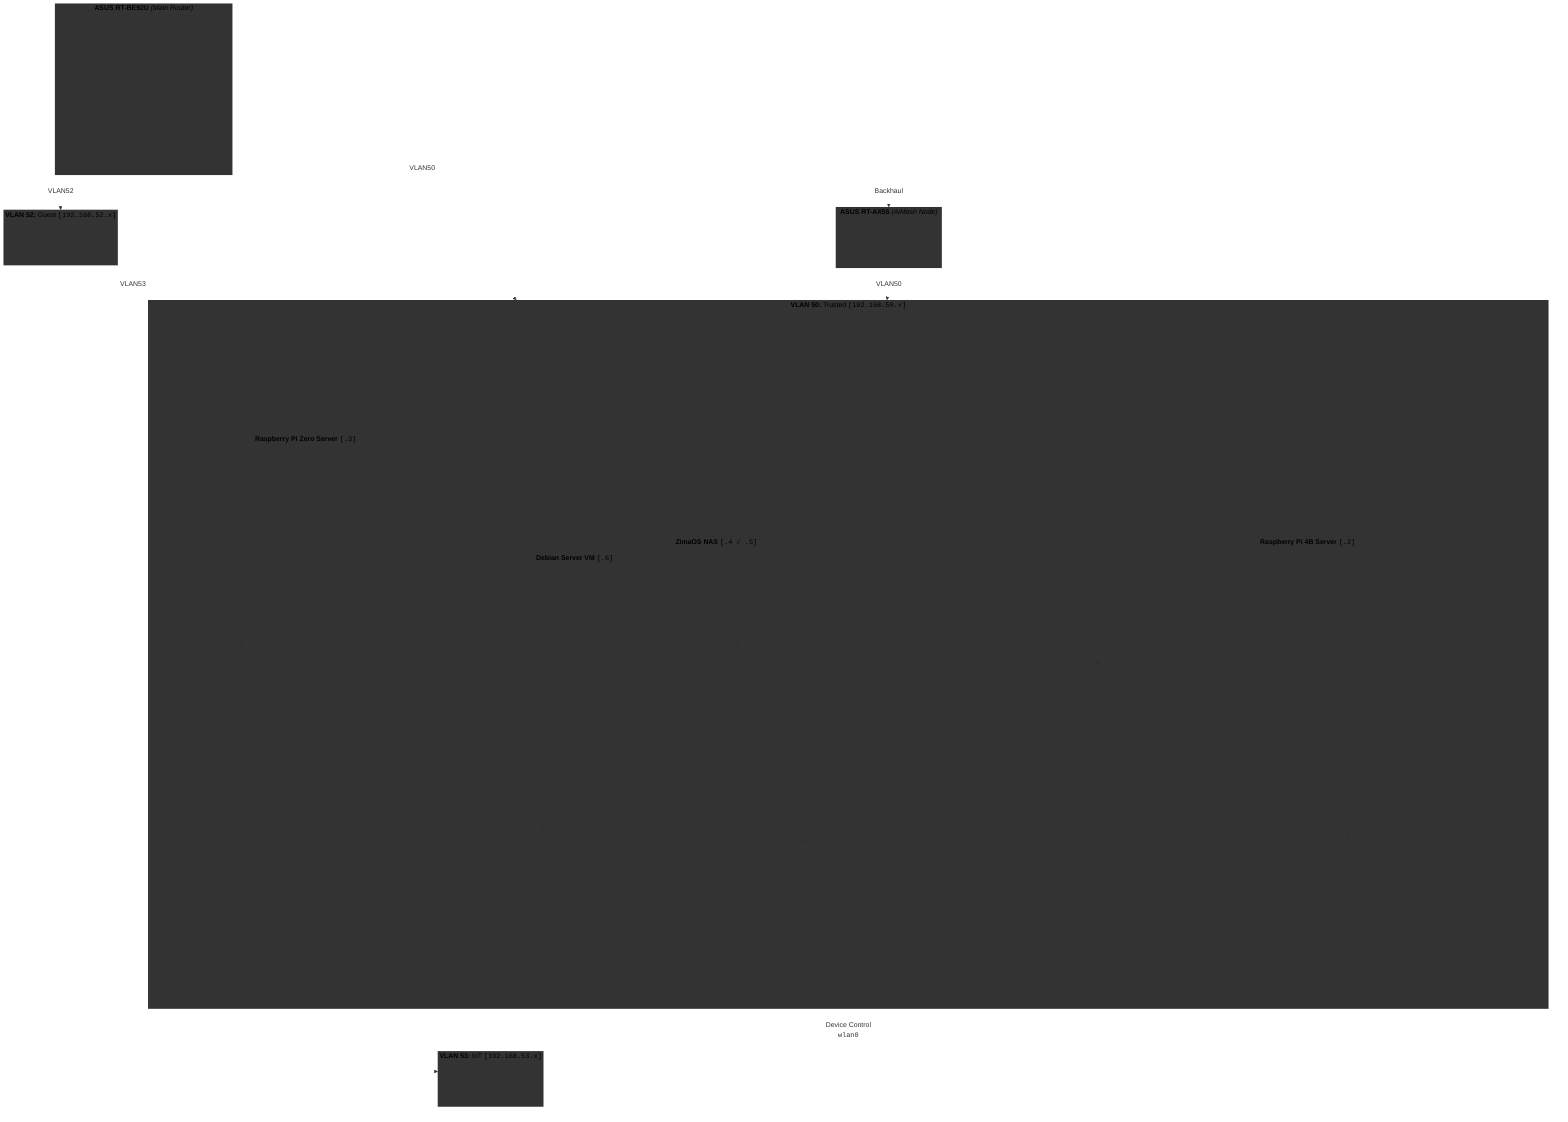
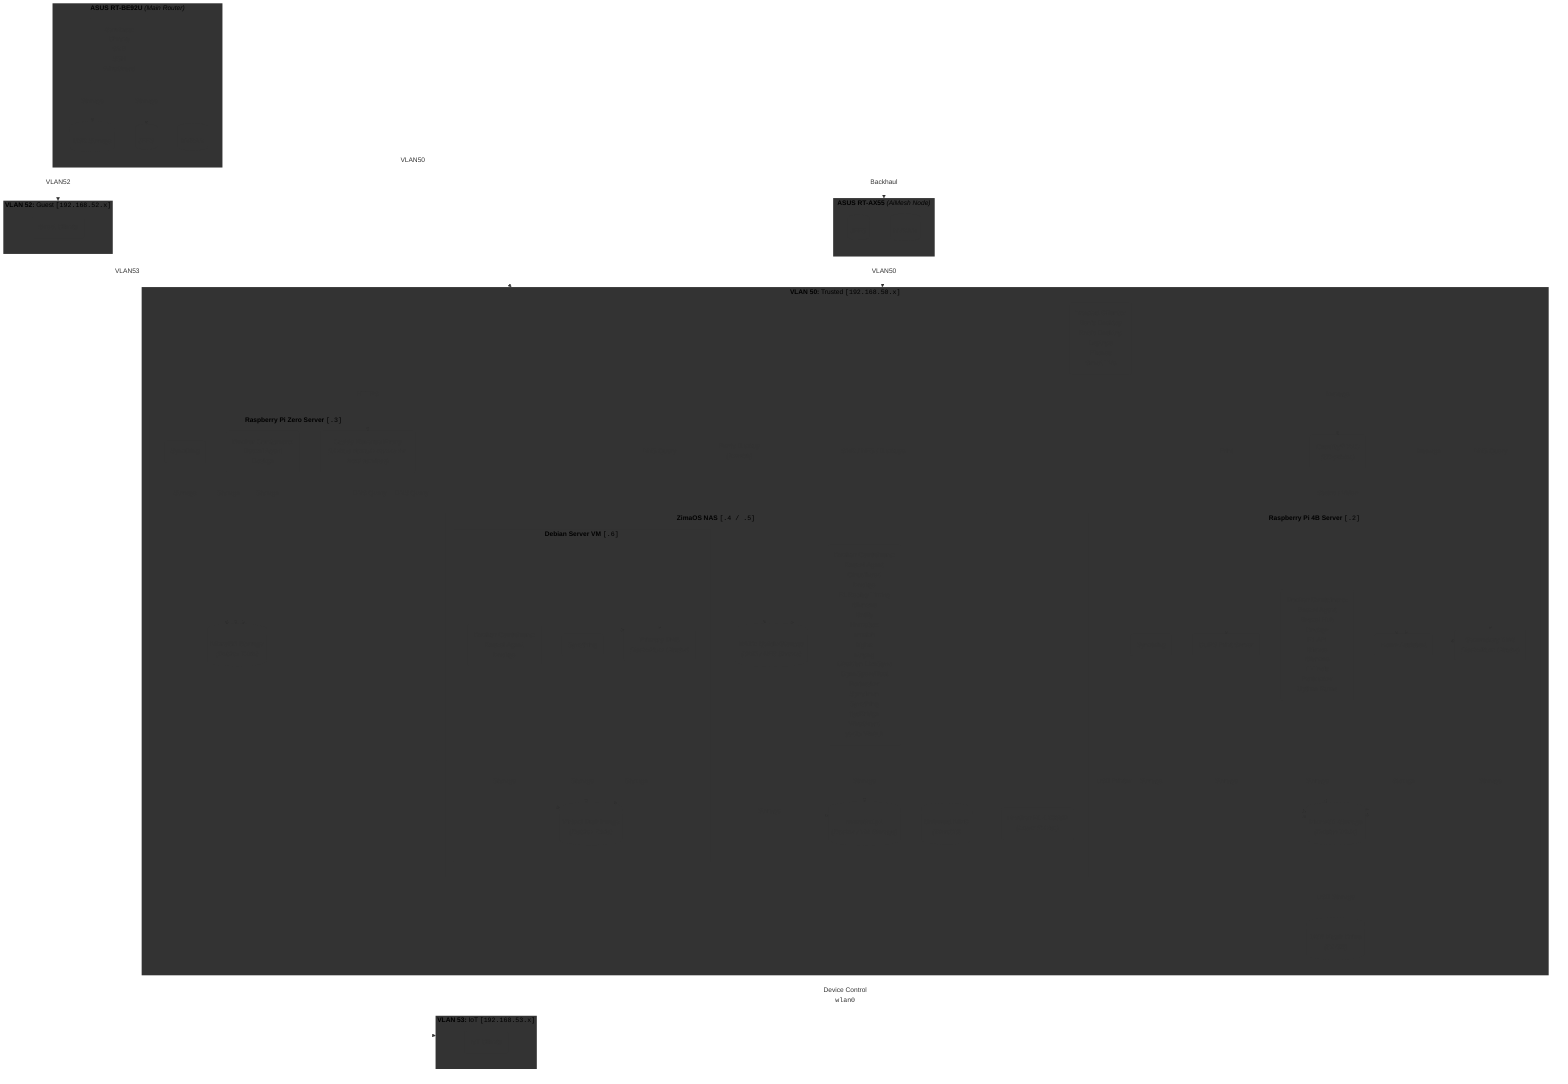
%%{
  init: {
    "themeCSS": ".node.vlan50 rect, .node.vlan50 polygon, .node.vlan50 circle, .node.vlan50 path { fill: var(--vlan50-bg) !important; stroke: var(--vlan50-border) !important; stroke-width: 2px !important; } .node.vlan52 rect, .node.vlan52 polygon, .node.vlan52 circle, .node.vlan52 path { fill: var(--vlan52-bg) !important; stroke: var(--vlan52-border) !important; stroke-width: 2px !important; stroke-dasharray: 5 5 !important; } .node.vlan53 rect, .node.vlan53 polygon, .node.vlan53 circle, .node.vlan53 path { fill: var(--vlan53-bg) !important; stroke: var(--vlan53-border) !important; stroke-width: 2px !important; stroke-dasharray: 5 5 !important; } .node.service rect, .node.service polygon, .node.service circle, .node.service path { fill: var(--service-bg) !important; stroke: var(--service-border) !important; stroke-width: 2px !important; } .node.storage rect, .node.storage polygon, .node.storage circle, .node.storage path { fill: var(--storage-bg) !important; stroke: var(--storage-border) !important; stroke-width: 2px !important; } .node.usb-storage rect, .node.usb-storage polygon, .node.usb-storage circle, .node.usb-storage path { fill: var(--storage-bg) !important; stroke: var(--storage-border) !important; stroke-width: 2px !important; stroke-dasharray: 5 5 !important; } .nodeLabel { color: var(--node-text) !important; } .node text { fill: var(--node-text) !important; } .cluster rect { fill: var(--subgraph-bg) !important; stroke: var(--subgraph-border) !important; stroke-width: 1px !important; } .cluster-label text, .cluster text { fill: var(--node-text) !important; } .cluster-label span, .cluster span { color: var(--node-text) !important; } .edgeLabel, .edgeLabel span, .edgeLabel p, .labelBkg, .htmlLabel { background-color: var(--edge-bg) !important; color: var(--edge-text) !important; } .edgeLabel rect { fill: var(--edge-bg) !important; } .edgeLabel text { fill: var(--edge-text) !important; } .edgePath path, .flowchart-link { stroke: var(--edge-line) !important; } .marker path, .arrowheadPath { fill: var(--edge-line) !important; stroke: var(--edge-line) !important; }"
  }
}%%

graph TD
    %% --- Dummy Class Definitions (To register the classes on the SVGs) --- %%
    classDef vlan50 fill: stroke:;
    classDef vlan52 fill: stroke:;
    classDef vlan53 fill: stroke:;
    classDef service fill: stroke:;
    classDef storage fill: stroke:;
    classDef usb-storage fill: stroke:;

    %% --- Router --- %%
    subgraph Router ["<b>ASUS RT-BE92U</b> <i>(Main Router)</i>"]
        direction TB
        Services["<b>Services:</b><br>Chrony<br>SMB<br>SSH<br>WireGuard"]:::service
        Router_USB[("USB Storage")]:::usb-storage
        Router_JFFS[("JFFS")]:::storage
        RouterNVRAM[("NVRAM")]:::storage
    end

    %% --- Router storage connections --- %%
    Services -- "Storage" --> Router_USB
    Services -- "Storage" --> Router_JFFS

    %% --- AiMesh Node --- %%
    subgraph AiMesh_Node["<b>ASUS RT-AX55</b> <i>(AiMesh Node)</i>"]
        direction TB
        AiMesh_JFFS[("JFFS")]:::storage
        AiMesh_NVRAM[("NVRAM")]:::storage
    end

    %% --- Router ==> AiMesh_Node backhaul --- %%
    Router == "Backhaul" ==> AiMesh_Node

    %% --- Trusted VLAN --- %%
    subgraph Trusted_VLAN50 ["<b>VLAN 50:</b> Trusted <code>[192.168.50.x]</code>"]
        direction TB

        Clients("<b>Trusted Clients:</b><br>Ben's Desktop<br>Rob's Desktop<br>Laptops<br>Phones<br>Smart TVs"):::vlan50
        Printer("<b>Creality<sup>&copy;</sup> K1C</b><br><i>(3D-printer)</i>"):::vlan50
        Brother("<b>Brother HL-L2300D</b><br><i>(Laser Printer)</i>"):::vlan50
        USB_Ext[("<b>USB Flash Drive</b><br><i>(32 GB)</i>")]:::usb-storage

        %% --- ZimaOS NAS --- %%
        subgraph Server_Zima ["<b>ZimaOS NAS</b> <code>[.4 / .5]</code>"]
            Storage_SMB[("<b>RAID: Quick-Storage</b><br><i>(SMB / NFS Shares)</i>")]:::storage
            Storage_NVMe[("<b>nvme0n1p1</b><br><i>(Docker / VM Storage)</i>")]:::storage
            Storage_MMC[("<b>Onboard MMC</b><br><i>(ZimaOS)</i>")]:::storage
-             Service_Docker("<b>Docker Containers:</b><br>Beszel Agent<br>Cloudflared<br>Dockge<br>F1 Replay Timing<br>Glances<br>Homebox<br>Immich<br>Nginx<br>ntopng<br>Obsidian LiveSync<br>OpenSpeedTest<br>Portracker<br>Spoolman<br>Syncthing<br>ttydBridge<br>WireGuard<br>yt-dlp WebUI"):::service
+             Service_Docker("<b>Docker Containers:</b><br>Beszel Agent<br>Cloudflared<br>Dockge<br>F1 Replay Timing<br>Glances<br>Gotify<br>Homebox<br>Immich<br>Nginx<br>ntopng<br>Obsidian LiveSync<br>OpenSpeedTest<br>Portracker<br>Spoolman<br>Syncthing<br>ttydBridge<br>WireGuard<br>yt-dlp WebUI"):::service

            %% --- Debain VM Server --- %%
            subgraph VM_Debian ["<b>Debian Server VM</b> <code>[.6]</code>"]
                DNS_Primary("<b>Primary DNS</b><br><i>(Technitium Cluster)</i>"):::service
+                 Syncthing_VM("Syncthing"):::service
                Service_Docker_VM("<b>Docker Containers:</b><br>Beszel Agent<br>Dockge"):::service
                Virtual_Disk[("<b>Virtual Disk Image</b><br><i>(Debian Trixie)</i>")]:::usb-storage
            end
        end

        %% --- Debian VM storage connections --- %%
        DNS_Primary -- "Storage" --> Virtual_Disk
+         Syncthing_VM -- "Storage" --> Virtual_Disk
        Service_Docker_VM -- "Storage" --> Virtual_Disk

        %% --- ZimaOS NAS storage connections --- %%
        VM_Debian -- "Storage" --> Storage_NVMe
        Service_Docker -- "Storage" --> Storage_NVMe

        %% --- Raspberry Pi 4B Server --- %%
        subgraph Server_Pi4 ["<b>Raspberry Pi 4B Server</b> <code>[.2]</code>"]
            MicroSD_Pi4[("<b>MicroSD Storage</b><br><i>(Debian Trixie)</i>")]:::storage
            DNS_Secondary("<b>Secondary DNS</b><br><i>(Technitium Cluster)</i>"):::service
            HA("Home Assistant"):::service
            Print("CUPS Print Server"):::service
            Syncthing_Pi4("Syncthing"):::service
            Service_Docker_Pi4("<b>Docker Containers:</b><br>Beszel Agent<br>Beszel Hub<br>Dockge<br>F1 API<br>Glance<br>Glances<br>IT-Tools<br>Portracker<br>Uptime Kuma"):::service
        end

        %% --- Pi 4B storage connections --- %%
        DNS_Secondary -- "Storage" --> MicroSD_Pi4
        HA -- "Storage" --> MicroSD_Pi4
        Service_Docker_Pi4 -- "Storage" --> MicroSD_Pi4
        Print -- "Storage" --> MicroSD_Pi4
        Syncthing_Pi4 -- "Storage" --> MicroSD_Pi4
        Server_Pi4 -. "USB Storage" .- USB_Ext

        %% --- Raspberry Pi Zero Server --- %%
        subgraph Server_PiZero ["<b>Raspberry Pi Zero Server</b> <code>[.3]</code>"]
            MicroSD_PiZero[("<b>MicroSD Storage</b><br><i>(Debian Trixie)</i>")]:::storage
            Service_Docker_PiZero("<b>Docker Containers:</b><br>Beszel Agent<br>Dockge"):::service
            Syncthing_PiZero("Syncthing"):::service
            Caddy("<b>Caddy Reverse Proxy</b><br><i>(Unique domain names for local services)</i>"):::service
        end

        %% --- Pi Zero storage connections --- %%
        Service_Docker_PiZero -- "Storage" --> MicroSD_PiZero
        Caddy -- "Storage" --> MicroSD_PiZero
        Syncthing_PiZero -- "Storage" --> MicroSD_PiZero

    end

    %% --- Segregated VLANs --- %%
    subgraph IoT_VLAN53 ["<b>VLAN 53:</b> IoT <code>[192.168.53.x]</code>"]
        direction TB
        IoTClients("IoT Clients"):::vlan53
    end

    subgraph Guest_VLAN52 ["<b>VLAN 52:</b> Guest <code>[192.168.52.x]</code>"]
        direction TB
        GuestClients("Guest Clients"):::vlan52
    end

    %% --- Trusted VLAN Connections --- %%
    Clients -- "DNS Query" --> DNS_Primary
    Clients -- "DNS Query" --> DNS_Secondary
    Clients -- "HTTPS" --> Caddy
    Caddy -- "DNS Query" --> DNS_Primary
    Caddy -- "DNS Query" --> DNS_Secondary
    HA -. "Device Control<br><code>wlan0</code>" .- IoT_VLAN53
    Clients -- "SMB / NFS / Backups" --> Storage_SMB
    Clients -- "Photo Backup<br><i>(Immich)</i>" --> Storage_SMB
    Clients -- "Manage" --> HA
    Clients -- "Manage" --> Printer
    Clients -- "Print" --> Print
    Printer -- "Status / Video" --> HA
    Print -. "USB Printer" .- Brother

    %% --- Router --> VLAN Connections --- %%
    Router -- "VLAN50" --> Trusted_VLAN50
    Router -- "VLAN52" --> Guest_VLAN52
    Router -- "VLAN53" --> IoT_VLAN53
    AiMesh_Node -- "VLAN50" --> Trusted_VLAN50